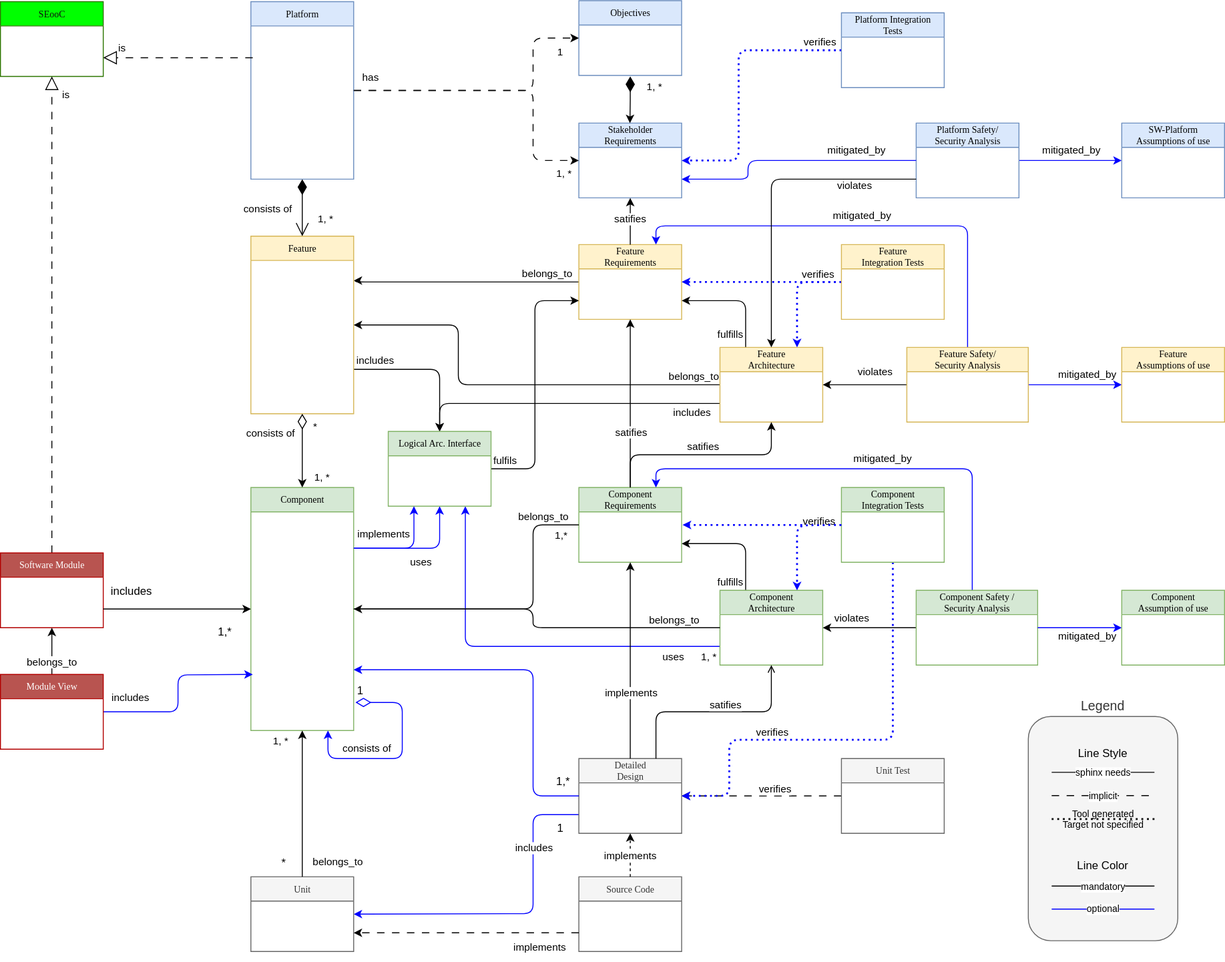
Before: main/_images/score_building_blocks_meta_model.drawio.svg, a diagram exported from draw.io (eclipse-score/process_description). Source tidied: cells renumbered, new cells last; positions are measured from the earlier drawing's top-left corner, leaving out a move shared by most shapes.
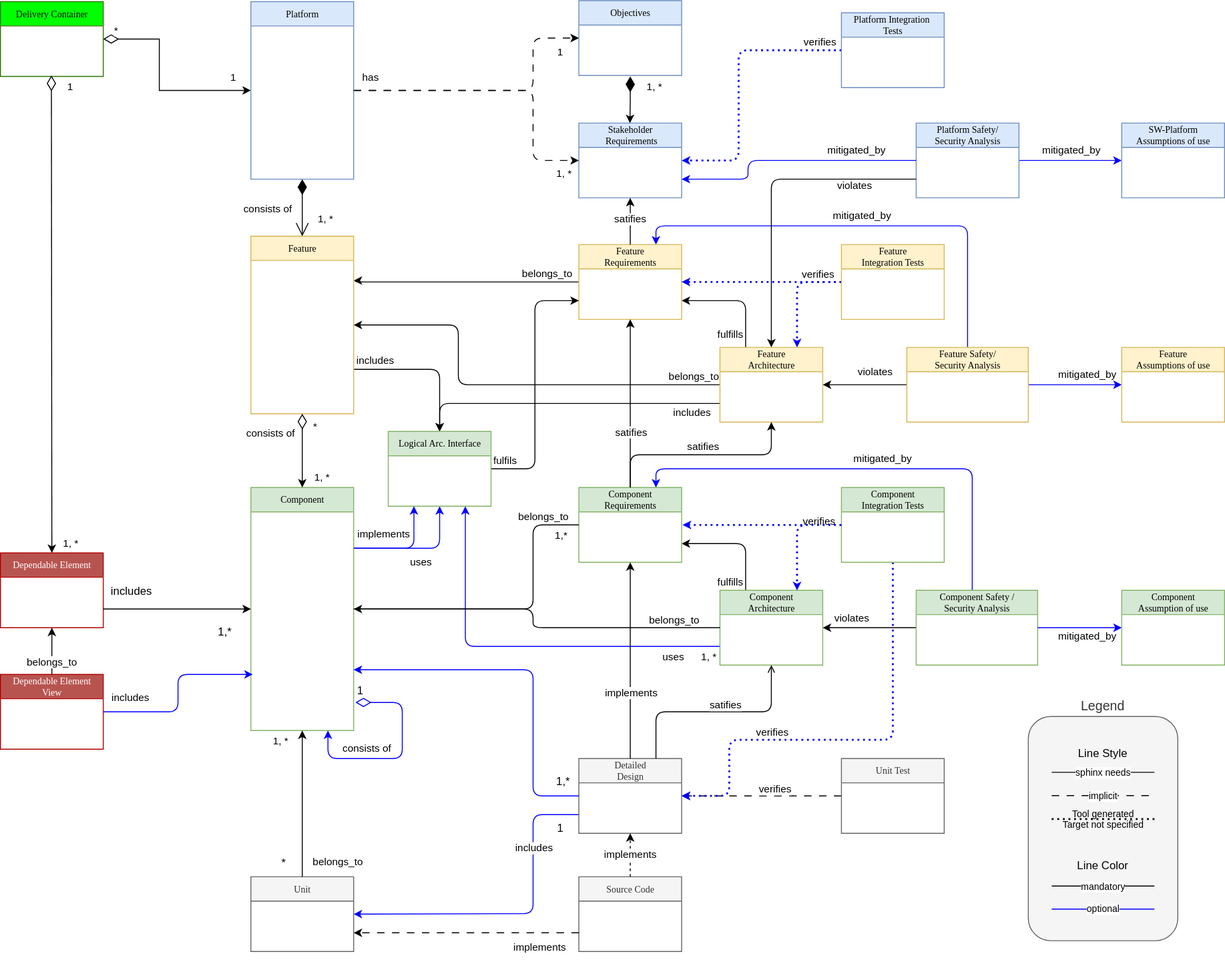
Later version of the same file.

Diff of the diagram source:
```diff
@@ -37,12 +37,9 @@
     <mxCell id="9" value="Component" style="swimlane;html=1;fontStyle=0;horizontal=1;startSize=26;fillColor=#d5e8d4;swimlaneFillColor=#ffffff;rounded=0;shadow=0;comic=0;labelBackgroundColor=none;strokeWidth=1;fontFamily=Verdana;fontSize=10;align=center;strokeColor=#82b366;" parent="1" vertex="1">
       <mxGeometry x="268" y="521" width="110" height="260" as="geometry" />
     </mxCell>
-    <mxCell id="10" value="SEooC" style="swimlane;html=1;fontStyle=0;horizontal=1;startSize=26;fillColor=#00FF00;swimlaneFillColor=#ffffff;rounded=0;shadow=0;comic=0;labelBackgroundColor=none;strokeWidth=1;fontFamily=Verdana;fontSize=10;align=center;fontColor=#0F0F0F;strokeColor=#2D7600;" parent="1" vertex="1">
+    <mxCell id="10" value="Delivery Container" style="swimlane;html=1;fontStyle=0;horizontal=1;startSize=26;fillColor=#00FF00;swimlaneFillColor=#ffffff;rounded=0;shadow=0;comic=0;labelBackgroundColor=none;strokeWidth=1;fontFamily=Verdana;fontSize=10;align=center;fontColor=#0F0F0F;strokeColor=#2D7600;" parent="1" vertex="1">
       <mxGeometry y="1" width="110" height="80" as="geometry" />
     </mxCell>
-    <mxCell id="11" value="is" style="endArrow=block;dashed=1;endFill=0;endSize=12;html=1;rounded=0;entryX=0.5;entryY=1;entryDx=0;entryDy=0;exitX=0.5;exitY=0;exitDx=0;exitDy=0;dashPattern=8 8;" parent="1" edge="1" source="67" target="10">
-      <mxGeometry x="0.92" y="-15" relative="1" as="geometry" />
-    </mxCell>
     <mxCell id="12" value="Feature&lt;br&gt;Requirements" style="swimlane;html=1;fontStyle=0;horizontal=1;startSize=26;fillColor=#fff2cc;swimlaneFillColor=#ffffff;rounded=0;shadow=0;comic=0;labelBackgroundColor=none;strokeWidth=1;fontFamily=Verdana;fontSize=10;align=center;strokeColor=#d6b656;" parent="1" vertex="1">
       <mxGeometry x="619" y="261" width="110" height="80" as="geometry" />
     </mxCell>
@@ -312,7 +309,7 @@
     <mxCell id="66" value="*" style="text;html=1;align=center;verticalAlign=middle;strokeColor=none;fillColor=none;fontSize=12;fontColor=#000000;" parent="1" vertex="1">
       <mxGeometry x="288" y="907.5" width="30" height="30" as="geometry" />
     </mxCell>
-    <mxCell id="67" value="Software Module" style="swimlane;html=1;fontStyle=0;horizontal=1;startSize=26;fillColor=#B85450;swimlaneFillColor=#ffffff;rounded=0;shadow=0;comic=0;labelBackgroundColor=none;strokeWidth=1;fontFamily=Verdana;fontSize=10;align=center;strokeColor=#B20000;fontColor=#ffffff;" parent="1" vertex="1">
+    <mxCell id="67" value="Dependable Element" style="swimlane;html=1;fontStyle=0;horizontal=1;startSize=26;fillColor=#B85450;swimlaneFillColor=#ffffff;rounded=0;shadow=0;comic=0;labelBackgroundColor=none;strokeWidth=1;fontFamily=Verdana;fontSize=10;align=center;strokeColor=#B20000;fontColor=#ffffff;" parent="1" vertex="1">
       <mxGeometry y="591" width="110" height="80" as="geometry" />
     </mxCell>
     <mxCell id="68" value="includes" style="html=1;verticalAlign=bottom;labelBackgroundColor=none;endArrow=classic;endFill=1;rounded=0;fontSize=12;fontColor=#000000;entryX=0;entryY=0.5;entryDx=0;entryDy=0;" parent="1" edge="1" target="9">
@@ -334,11 +331,6 @@
         <mxPoint x="13" as="offset" />
       </mxGeometry>
     </mxCell>
-    <mxCell id="72" value="is" style="endArrow=block;dashed=1;endFill=0;endSize=12;html=1;rounded=0;entryX=1;entryY=0.75;entryDx=0;entryDy=0;dashPattern=8 8;" parent="1" edge="1" target="10">
-      <mxGeometry x="0.75" y="-10" relative="1" as="geometry">
-        <mxPoint x="270" y="61" as="sourcePoint" />
-      </mxGeometry>
-    </mxCell>
     <mxCell id="73" style="edgeStyle=orthogonalEdgeStyle;rounded=0;jettySize=auto;html=1;entryX=1;entryY=0.5;entryDx=0;entryDy=0;" parent="1" edge="1" source="76" target="18">
       <mxGeometry relative="1" as="geometry" />
     </mxCell>
@@ -568,7 +560,7 @@
     <mxCell id="122" value="belongs_to" style="edgeStyle=none;html=1;exitX=0.5;exitY=0;exitDx=0;exitDy=0;entryX=0.5;entryY=1;entryDx=0;entryDy=0;strokeColor=#000000;" parent="1" edge="1" source="123" target="67">
       <mxGeometry x="-0.5" relative="1" as="geometry" />
     </mxCell>
-    <mxCell id="123" value="Module View" style="swimlane;html=1;fontStyle=0;horizontal=1;startSize=26;fillColor=#B85450;swimlaneFillColor=#ffffff;rounded=0;shadow=0;comic=0;labelBackgroundColor=none;strokeWidth=1;fontFamily=Verdana;fontSize=10;align=center;strokeColor=#B20000;fontColor=#ffffff;" parent="1" vertex="1">
+    <mxCell id="123" value="Dependable Element&lt;br&gt;View" style="swimlane;html=1;fontStyle=0;horizontal=1;startSize=26;fillColor=#B85450;swimlaneFillColor=#ffffff;rounded=0;shadow=0;comic=0;labelBackgroundColor=none;strokeWidth=1;fontFamily=Verdana;fontSize=10;align=center;strokeColor=#B20000;fontColor=#ffffff;" parent="1" vertex="1">
       <mxGeometry y="721" width="110" height="80" as="geometry" />
     </mxCell>
     <mxCell id="124" value="Tool generated&lt;br&gt;Target not specified" style="endArrow=none;html=1;entryX=0.778;entryY=0.19;entryDx=0;entryDy=0;entryPerimeter=0;dashed=1;dashPattern=1 2;labelBackgroundColor=none;fontSize=10;strokeWidth=2;spacing=2;" parent="1" edge="1">
@@ -590,5 +582,28 @@
         </Array>
       </mxGeometry>
     </mxCell>
+    <mxCell id="128" value="1" style="endArrow=classic;html=1;endSize=6;startArrow=diamondThin;startSize=14;startFill=0;align=left;verticalAlign=bottom;rounded=0;endFill=1;exitX=0.5;exitY=1;exitDx=0;exitDy=0;entryX=0.5;entryY=0;entryDx=0;entryDy=0;" parent="1" edge="1" target="67">
+      <mxGeometry x="-0.92" y="15" relative="1" as="geometry">
+        <mxPoint x="54.5" y="80" as="sourcePoint" />
+      </mxGeometry>
+    </mxCell>
+    <mxCell id="129" value="1, *" style="edgeLabel;html=1;align=center;verticalAlign=middle;" parent="128" vertex="1">
+      <mxGeometry x="0.69" y="7" relative="1" as="geometry">
+        <mxPoint x="13" y="70" as="offset" />
+      </mxGeometry>
+    </mxCell>
+    <mxCell id="130" value="*" style="endArrow=classic;html=1;endSize=6;startArrow=diamondThin;startSize=14;startFill=0;align=left;verticalAlign=bottom;rounded=0;endFill=1;exitX=1;exitY=0.5;exitDx=0;exitDy=0;entryX=0;entryY=0.5;entryDx=0;entryDy=0;" parent="1" edge="1" source="10" target="39">
+      <mxGeometry x="-0.91" relative="1" as="geometry">
+        <Array as="points">
+          <mxPoint x="170" y="41" />
+          <mxPoint x="170" y="96" />
+        </Array>
+      </mxGeometry>
+    </mxCell>
+    <mxCell id="131" value="1" style="edgeLabel;html=1;align=center;verticalAlign=middle;" parent="130" vertex="1">
+      <mxGeometry x="0.69" y="7" relative="1" as="geometry">
+        <mxPoint x="13" y="-8" as="offset" />
+      </mxGeometry>
+    </mxCell>
   </root>
 </mxGraphModel>
```
